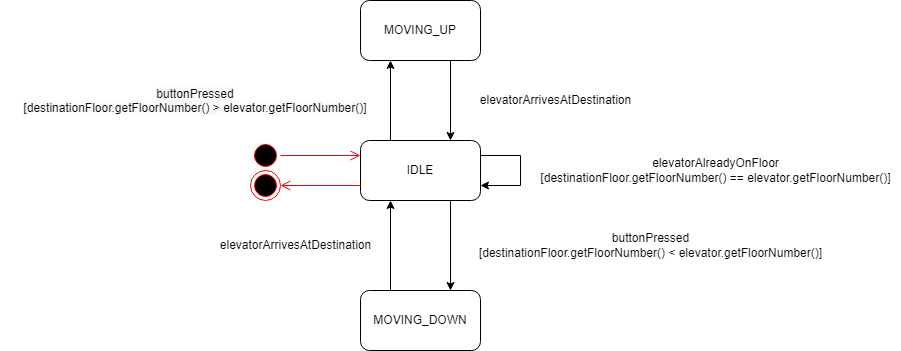
The draw.io diagram Iteration_2_State_Diagram_Elevator.png in aelsammak/ElevatorSystem, before a commit. Source tidied: cells renumbered, new cells last; positions are measured from the earlier drawing's top-left corner, leaving out a move shared by most shapes.
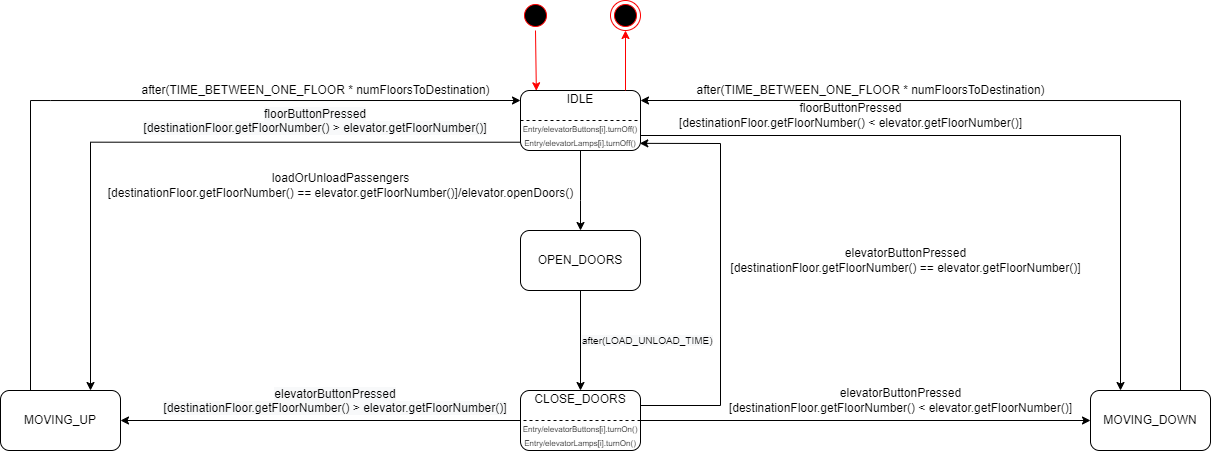
After the change.

What changed in the source:
```diff
@@ -2,61 +2,115 @@
   <root>
     <mxCell id="0" />
     <mxCell id="1" parent="0" />
+    <mxCell id="19" style="edgeStyle=orthogonalEdgeStyle;rounded=0;jettySize=auto;html=1;exitX=0.5;exitY=1;exitDx=0;exitDy=0;" parent="1" edge="1" source="2" target="23">
+      <mxGeometry relative="1" as="geometry">
+        <Array as="points">
+          <mxPoint x="370" y="290" />
+          <mxPoint x="370" y="290" />
+        </Array>
+      </mxGeometry>
+    </mxCell>
+    <mxCell id="5" style="edgeStyle=orthogonalEdgeStyle;rounded=0;jettySize=auto;html=1;exitX=-0.006;exitY=0.862;exitDx=0;exitDy=0;fontSize=8;entryX=0.75;entryY=0;entryDx=0;entryDy=0;exitPerimeter=0;" parent="1" edge="1" source="2" target="4">
+      <mxGeometry relative="1" as="geometry" />
+    </mxCell>
+    <mxCell id="8" style="edgeStyle=orthogonalEdgeStyle;rounded=0;jettySize=auto;html=1;exitX=1;exitY=0.75;exitDx=0;exitDy=0;fontSize=8;entryX=0.25;entryY=0;entryDx=0;entryDy=0;" parent="1" edge="1" source="2" target="3">
+      <mxGeometry relative="1" as="geometry" />
+    </mxCell>
-    <mxCell id="2" value="IDLE" style="rounded=1;whiteSpace=wrap;html=1;" parent="1" vertex="1">
-      <mxGeometry x="360" y="140" width="120" height="60" as="geometry" />
+    <mxCell id="2" value="IDLE&lt;br&gt;&lt;br&gt;&lt;font style=&quot;font-size: 8px&quot;&gt;Entry/elevatorButtons[i].turnOff()&lt;br&gt;Entry/elevatorLamps[i].turnOff()&lt;br&gt;&lt;/font&gt;" style="rounded=1;whiteSpace=wrap;html=1;" parent="1" vertex="1">
+      <mxGeometry x="310" y="180" width="120" height="60" as="geometry" />
     </mxCell>
+    <mxCell id="20" style="edgeStyle=orthogonalEdgeStyle;rounded=0;jettySize=auto;html=1;exitX=0.75;exitY=0;exitDx=0;exitDy=0;" parent="1" edge="1" source="3">
+      <mxGeometry relative="1" as="geometry">
+        <mxPoint x="430" y="190" as="targetPoint" />
+        <Array as="points">
+          <mxPoint x="970" y="190" />
+        </Array>
+      </mxGeometry>
+    </mxCell>
     <mxCell id="3" value="MOVING_DOWN" style="rounded=1;whiteSpace=wrap;html=1;" parent="1" vertex="1">
-      <mxGeometry x="360" y="290" width="120" height="60" as="geometry" />
+      <mxGeometry x="880" y="480" width="120" height="60" as="geometry" />
     </mxCell>
+    <mxCell id="21" style="edgeStyle=orthogonalEdgeStyle;rounded=0;jettySize=auto;html=1;exitX=0.25;exitY=0;exitDx=0;exitDy=0;" parent="1" edge="1" source="4">
+      <mxGeometry relative="1" as="geometry">
+        <mxPoint x="310" y="190" as="targetPoint" />
+        <Array as="points">
+          <mxPoint x="-160" y="190" />
+          <mxPoint x="310" y="190" />
+        </Array>
+      </mxGeometry>
+    </mxCell>
     <mxCell id="4" value="MOVING_UP" style="rounded=1;whiteSpace=wrap;html=1;" parent="1" vertex="1">
-      <mxGeometry x="360" width="120" height="60" as="geometry" />
+      <mxGeometry x="-210" y="480" width="120" height="60" as="geometry" />
     </mxCell>
-    <mxCell id="5" style="endArrow=classic;html=1;rounded=0;exitX=0.25;exitY=0;exitDx=0;exitDy=0;entryX=0.25;entryY=1;entryDx=0;entryDy=0;" parent="1" edge="1" source="2" target="4">
-      <mxGeometry relative="1" as="geometry" />
-    </mxCell>
-    <mxCell id="6" style="endArrow=classic;html=1;rounded=0;exitX=0.25;exitY=0;exitDx=0;exitDy=0;entryX=0.25;entryY=1;entryDx=0;entryDy=0;" parent="1" edge="1" source="3" target="2">
-      <mxGeometry relative="1" as="geometry" />
-    </mxCell>
-    <mxCell id="7" style="endArrow=classic;html=1;rounded=0;exitX=0.75;exitY=1;exitDx=0;exitDy=0;entryX=0.75;entryY=0;entryDx=0;entryDy=0;" parent="1" edge="1" source="4" target="2">
-      <mxGeometry relative="1" as="geometry" />
-    </mxCell>
-    <mxCell id="8" style="endArrow=classic;html=1;rounded=0;exitX=0.75;exitY=1;exitDx=0;exitDy=0;entryX=0.75;entryY=0;entryDx=0;entryDy=0;" parent="1" edge="1" source="2" target="3">
-      <mxGeometry relative="1" as="geometry" />
-    </mxCell>
     <mxCell id="9" style="ellipse;html=1;shape=startState;fillColor=#000000;strokeColor=#ff0000;" parent="1" vertex="1">
-      <mxGeometry x="250" y="140" width="30" height="30" as="geometry" />
+      <mxGeometry x="310" y="90" width="30" height="30" as="geometry" />
     </mxCell>
-    <mxCell id="10" style="edgeStyle=orthogonalEdgeStyle;html=1;verticalAlign=bottom;endArrow=open;endSize=8;strokeColor=#ff0000;rounded=0;entryX=0;entryY=0.25;entryDx=0;entryDy=0;" parent="1" edge="1" source="9" target="2">
-      <mxGeometry relative="1" as="geometry" />
-    </mxCell>
-    <mxCell id="11" value="elevatorArrivesAtDestination" style="text;html=1;align=center;verticalAlign=middle;strokeColor=none;fillColor=none;" parent="1" vertex="1">
-      <mxGeometry x="470" y="90" width="170" height="20" as="geometry" />
+    <mxCell id="11" value="after(TIME_BETWEEN_ONE_FLOOR * numFloorsToDestination)" style="text;html=1;align=center;verticalAlign=middle;strokeColor=none;fillColor=none;" parent="1" vertex="1">
+      <mxGeometry x="480" y="170" width="360" height="20" as="geometry" />
     </mxCell>
-    <mxCell id="12" value="buttonPressed&lt;br&gt;[destinationFloor.getFloorNumber() &amp;lt; elevator.getFloorNumber()]" style="text;html=1;align=center;verticalAlign=middle;strokeColor=none;fillColor=none;" parent="1" vertex="1">
-      <mxGeometry x="470" y="230" width="360" height="30" as="geometry" />
+    <mxCell id="12" value="floorButtonPressed&lt;br&gt;[destinationFloor.getFloorNumber() &amp;lt; elevator.getFloorNumber()]" style="text;html=1;align=center;verticalAlign=middle;strokeColor=none;fillColor=none;" parent="1" vertex="1">
+      <mxGeometry x="460" y="190" width="360" height="30" as="geometry" />
     </mxCell>
-    <mxCell id="13" value="&lt;span style=&quot;color: rgb(0 , 0 , 0) ; font-family: &amp;#34;helvetica&amp;#34; ; font-size: 12px ; font-style: normal ; font-weight: 400 ; letter-spacing: normal ; text-indent: 0px ; text-transform: none ; word-spacing: 0px ; background-color: rgb(248 , 249 , 250) ; display: inline ; float: none&quot;&gt;buttonPressed&lt;/span&gt;&lt;br style=&quot;color: rgb(0 , 0 , 0) ; font-family: &amp;#34;helvetica&amp;#34; ; font-size: 12px ; font-style: normal ; font-weight: 400 ; letter-spacing: normal ; text-indent: 0px ; text-transform: none ; word-spacing: 0px ; background-color: rgb(248 , 249 , 250)&quot;&gt;&lt;span style=&quot;color: rgb(0 , 0 , 0) ; font-family: &amp;#34;helvetica&amp;#34; ; font-size: 12px ; font-style: normal ; font-weight: 400 ; letter-spacing: normal ; text-indent: 0px ; text-transform: none ; word-spacing: 0px ; background-color: rgb(248 , 249 , 250) ; display: inline ; float: none&quot;&gt;[destinationFloor.getFloorNumber() &amp;gt; elevator.getFloorNumber()]&lt;/span&gt;" style="text;whiteSpace=wrap;html=1;align=center;" parent="1" vertex="1">
-      <mxGeometry y="80" width="390" height="40" as="geometry" />
+    <mxCell id="13" value="&lt;span style=&quot;color: rgb(0 , 0 , 0) ; font-family: &amp;#34;helvetica&amp;#34; ; font-size: 12px ; font-style: normal ; font-weight: 400 ; letter-spacing: normal ; text-indent: 0px ; text-transform: none ; word-spacing: 0px ; background-color: rgb(248 , 249 , 250) ; display: inline ; float: none&quot;&gt;floorButtonPressed&lt;/span&gt;&lt;br style=&quot;color: rgb(0 , 0 , 0) ; font-family: &amp;#34;helvetica&amp;#34; ; font-size: 12px ; font-style: normal ; font-weight: 400 ; letter-spacing: normal ; text-indent: 0px ; text-transform: none ; word-spacing: 0px ; background-color: rgb(248 , 249 , 250)&quot;&gt;&lt;span style=&quot;color: rgb(0 , 0 , 0) ; font-family: &amp;#34;helvetica&amp;#34; ; font-size: 12px ; font-style: normal ; font-weight: 400 ; letter-spacing: normal ; text-indent: 0px ; text-transform: none ; word-spacing: 0px ; background-color: rgb(248 , 249 , 250) ; display: inline ; float: none&quot;&gt;[destinationFloor.getFloorNumber() &amp;gt; elevator.getFloorNumber()]&lt;/span&gt;" style="text;whiteSpace=wrap;html=1;align=center;" parent="1" vertex="1">
+      <mxGeometry x="-90" y="190" width="390" height="40" as="geometry" />
     </mxCell>
-    <mxCell id="14" style="endArrow=classic;html=1;rounded=0;exitX=1;exitY=0.25;exitDx=0;exitDy=0;entryX=1;entryY=0.75;entryDx=0;entryDy=0;" parent="1" edge="1" source="2" target="2">
-      <mxGeometry relative="1" as="geometry">
-        <Array as="points">
-          <mxPoint x="520" y="155" />
-          <mxPoint x="520" y="185" />
-        </Array>
-      </mxGeometry>
-    </mxCell>
-    <mxCell id="15" value="elevatorAlreadyOnFloor&lt;br&gt;[destinationFloor.getFloorNumber() == elevator.getFloorNumber()]" style="text;html=1;align=center;verticalAlign=middle;strokeColor=none;fillColor=none;" parent="1" vertex="1">
-      <mxGeometry x="530" y="155" width="370" height="30" as="geometry" />
-    </mxCell>
-    <mxCell id="16" value="elevatorArrivesAtDestination" style="text;html=1;align=center;verticalAlign=middle;strokeColor=none;fillColor=none;" parent="1" vertex="1">
-      <mxGeometry x="210" y="235" width="170" height="20" as="geometry" />
+    <mxCell id="16" value="after(TIME_BETWEEN_ONE_FLOOR * numFloorsToDestination)" style="text;html=1;align=center;verticalAlign=middle;strokeColor=none;fillColor=none;" parent="1" vertex="1">
+      <mxGeometry x="-75" y="170" width="360" height="20" as="geometry" />
     </mxCell>
     <mxCell id="17" style="ellipse;html=1;shape=endState;fillColor=#000000;strokeColor=#ff0000;" parent="1" vertex="1">
-      <mxGeometry x="250" y="170" width="30" height="30" as="geometry" />
+      <mxGeometry x="400" y="90" width="30" height="30" as="geometry" />
     </mxCell>
-    <mxCell id="18" style="edgeStyle=orthogonalEdgeStyle;html=1;verticalAlign=bottom;endArrow=open;endSize=8;strokeColor=#ff0000;rounded=0;entryX=1;entryY=0.5;entryDx=0;entryDy=0;exitX=0;exitY=0.75;exitDx=0;exitDy=0;" parent="1" edge="1" source="2" target="17">
-      <mxGeometry relative="1" as="geometry" />
-    </mxCell>
+    <mxCell id="22" style="edgeStyle=orthogonalEdgeStyle;rounded=0;jettySize=auto;html=1;entryX=0.5;entryY=0;entryDx=0;entryDy=0;exitX=0.5;exitY=1;exitDx=0;exitDy=0;" parent="1" edge="1" source="23" target="26">
+      <mxGeometry relative="1" as="geometry" />
+    </mxCell>
+    <mxCell id="23" value="OPEN_DOORS" style="rounded=1;whiteSpace=wrap;html=1;" parent="1" vertex="1">
+      <mxGeometry x="310" y="320" width="120" height="60" as="geometry" />
+    </mxCell>
+    <mxCell id="24" style="edgeStyle=orthogonalEdgeStyle;rounded=0;jettySize=auto;html=1;exitX=0;exitY=0.5;exitDx=0;exitDy=0;entryX=1;entryY=0.5;entryDx=0;entryDy=0;" parent="1" edge="1" source="26" target="4">
+      <mxGeometry relative="1" as="geometry" />
+    </mxCell>
+    <mxCell id="25" style="edgeStyle=orthogonalEdgeStyle;rounded=0;jettySize=auto;html=1;" parent="1" edge="1" source="26" target="3">
+      <mxGeometry relative="1" as="geometry" />
+    </mxCell>
+    <mxCell id="26" value="CLOSE_DOORS&lt;br&gt;&lt;br&gt;&lt;span style=&quot;font-size: 8px&quot;&gt;Entry/elevatorButtons[i].turnOn()&lt;/span&gt;&lt;br style=&quot;font-size: 8px&quot;&gt;&lt;span style=&quot;font-size: 8px&quot;&gt;Entry/elevatorLamps[i].turnOn()&lt;/span&gt;" style="rounded=1;whiteSpace=wrap;html=1;" parent="1" vertex="1">
+      <mxGeometry x="310" y="480" width="120" height="60" as="geometry" />
+    </mxCell>
+    <mxCell id="27" style="endArrow=classic;html=1;rounded=0;exitX=1;exitY=0.25;exitDx=0;exitDy=0;entryX=0.994;entryY=0.881;entryDx=0;entryDy=0;entryPerimeter=0;" parent="1" edge="1" source="26" target="2">
+      <mxGeometry relative="1" as="geometry">
+        <Array as="points">
+          <mxPoint x="510" y="495" />
+          <mxPoint x="510" y="233" />
+        </Array>
+      </mxGeometry>
+    </mxCell>
+    <mxCell id="14" style="endArrow=none;dashed=1;html=1;rounded=0;fontSize=8;exitX=0;exitY=0.5;exitDx=0;exitDy=0;entryX=1;entryY=0.5;entryDx=0;entryDy=0;" parent="1" edge="1" source="2" target="2">
+      <mxGeometry relative="1" as="geometry" />
+    </mxCell>
+    <mxCell id="28" value="&lt;span style=&quot;color: rgb(0 , 0 , 0) ; font-family: &amp;#34;helvetica&amp;#34; ; font-size: 12px ; font-style: normal ; font-weight: 400 ; letter-spacing: normal ; text-indent: 0px ; text-transform: none ; word-spacing: 0px ; background-color: rgb(248 , 249 , 250) ; display: inline ; float: none&quot;&gt;elevatorButtonPressed&lt;/span&gt;&lt;br style=&quot;color: rgb(0 , 0 , 0) ; font-family: &amp;#34;helvetica&amp;#34; ; font-size: 12px ; font-style: normal ; font-weight: 400 ; letter-spacing: normal ; text-indent: 0px ; text-transform: none ; word-spacing: 0px ; background-color: rgb(248 , 249 , 250)&quot;&gt;&lt;span style=&quot;color: rgb(0 , 0 , 0) ; font-family: &amp;#34;helvetica&amp;#34; ; font-size: 12px ; font-style: normal ; font-weight: 400 ; letter-spacing: normal ; text-indent: 0px ; text-transform: none ; word-spacing: 0px ; background-color: rgb(248 , 249 , 250) ; display: inline ; float: none&quot;&gt;[destinationFloor.getFloorNumber() &amp;gt; elevator.getFloorNumber()]&lt;/span&gt;" style="text;whiteSpace=wrap;html=1;align=center;" parent="1" vertex="1">
+      <mxGeometry x="-70" y="470" width="390" height="40" as="geometry" />
+    </mxCell>
+    <mxCell id="10" style="endArrow=classic;html=1;rounded=0;fontSize=10;exitX=0.5;exitY=1;exitDx=0;exitDy=0;entryX=0.132;entryY=0.005;entryDx=0;entryDy=0;entryPerimeter=0;strokeColor=#FF0000;" parent="1" edge="1" source="9" target="2">
+      <mxGeometry relative="1" as="geometry" />
+    </mxCell>
+    <mxCell id="29" style="endArrow=classic;html=1;rounded=0;fontSize=10;entryX=0.5;entryY=1;entryDx=0;entryDy=0;fillColor=#e51400;strokeColor=#FF0000;" parent="1" edge="1" target="17">
+      <mxGeometry relative="1" as="geometry">
+        <mxPoint x="415" y="180" as="sourcePoint" />
+      </mxGeometry>
+    </mxCell>
+    <mxCell id="30" value="elevatorButtonPressed&lt;br&gt;[destinationFloor.getFloorNumber() &amp;lt; elevator.getFloorNumber()]" style="text;html=1;align=center;verticalAlign=middle;strokeColor=none;fillColor=none;" parent="1" vertex="1">
+      <mxGeometry x="510" y="475" width="360" height="30" as="geometry" />
+    </mxCell>
+    <mxCell id="31" value="&lt;font style=&quot;font-size: 12px&quot;&gt;elevatorButtonPressed&lt;br&gt;[destinationFloor.getFloorNumber() == elevator.getFloorNumber()]&lt;/font&gt;" style="text;html=1;align=center;verticalAlign=middle;strokeColor=none;fillColor=none;fontSize=10;" parent="1" vertex="1">
+      <mxGeometry x="510" y="335" width="370" height="30" as="geometry" />
+    </mxCell>
+    <mxCell id="32" value="&lt;span style=&quot;color: rgb(0 , 0 , 0) ; font-family: &amp;#34;helvetica&amp;#34; ; font-size: 10px ; font-style: normal ; font-weight: 400 ; letter-spacing: normal ; text-align: center ; text-indent: 0px ; text-transform: none ; word-spacing: 0px ; background-color: rgb(248 , 249 , 250) ; display: inline ; float: none&quot;&gt;after(LOAD_UNLOAD_TIME)&lt;/span&gt;" style="text;whiteSpace=wrap;html=1;fontSize=10;" parent="1" vertex="1">
+      <mxGeometry x="370" y="418" width="190" height="30" as="geometry" />
+    </mxCell>
+    <mxCell id="33" value="&lt;font style=&quot;font-size: 12px&quot;&gt;loadOrUnloadPassengers&lt;br&gt;[destinationFloor.getFloorNumber() == elevator.getFloorNumber()]/elevator.openDoors()&lt;/font&gt;" style="text;html=1;align=center;verticalAlign=middle;strokeColor=none;fillColor=none;fontSize=10;" parent="1" vertex="1">
+      <mxGeometry x="-110" y="260" width="480" height="30" as="geometry" />
+    </mxCell>
+    <mxCell id="34" style="endArrow=none;dashed=1;html=1;rounded=0;fontSize=10;strokeColor=#000000;exitX=1;exitY=0.5;exitDx=0;exitDy=0;entryX=0;entryY=0.5;entryDx=0;entryDy=0;" parent="1" edge="1" source="26" target="26">
+      <mxGeometry relative="1" as="geometry" />
+    </mxCell>
   </root>
 </mxGraphModel>
```
